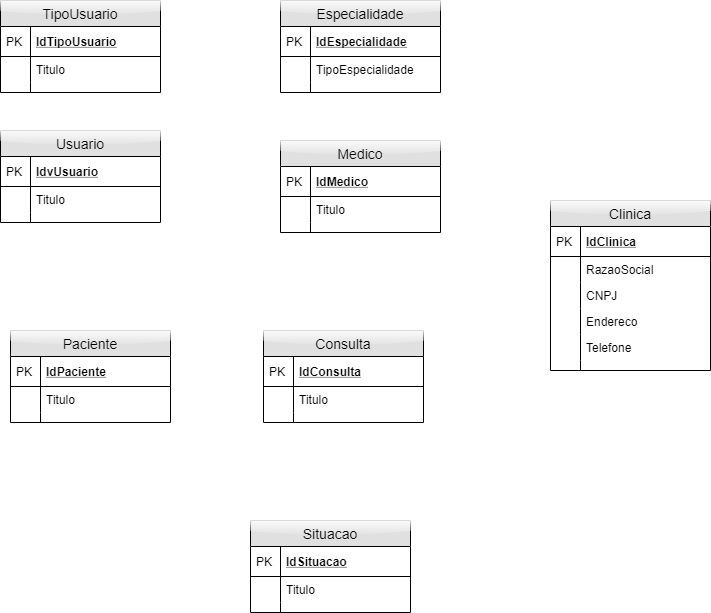
Earlier version of the draw.io export SP Medical Group (Modelagem)-Lógico.png (Eduardo-Do-Prado/Senai_spmedgroup_sprint1_bd_manha_Eduardo_Luiz_Sales_do_Prado). Source tidied: cells renumbered, new cells last; positions are measured from the earlier drawing's top-left corner, leaving out a move shared by most shapes.
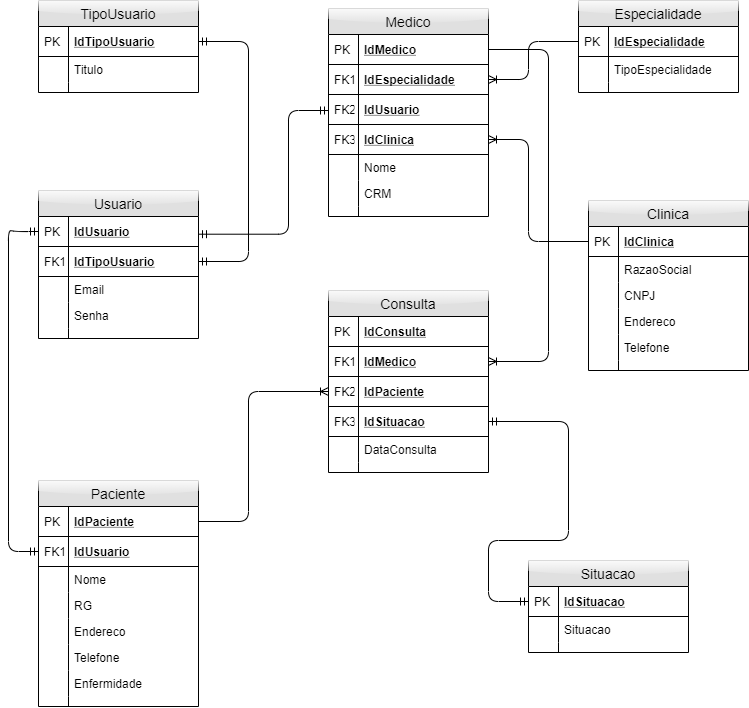
Later version of the same file.

What changed in the source:
```diff
@@ -44,3 +44,3 @@
     <mxCell id="15" value="Situacao" style="swimlane;fontStyle=0;horizontal=1;startSize=26;fillColor=#e0e0e0;swimlaneFillColor=#ffffff;align=center;fontSize=14;glass=1;" parent="1" vertex="1">
-      <mxGeometry x="250" y="520" width="160" height="92" as="geometry" />
+      <mxGeometry x="490" y="560" width="160" height="92" as="geometry" />
     </mxCell>
@@ -52,3 +52,3 @@
     </mxCell>
-    <mxCell id="18" value="Titulo" style="shape=partialRectangle;top=0;left=0;right=0;bottom=0;align=left;verticalAlign=top;fillColor=none;spacingLeft=34;spacingRight=4;overflow=hidden;fontSize=12;" parent="15" vertex="1">
+    <mxCell id="18" value="Situacao" style="shape=partialRectangle;top=0;left=0;right=0;bottom=0;align=left;verticalAlign=top;fillColor=none;spacingLeft=34;spacingRight=4;overflow=hidden;fontSize=12;" parent="15" vertex="1">
       <mxGeometry y="56" width="160" height="26" as="geometry" />
@@ -86,3 +86,3 @@
     <mxCell id="29" value="Especialidade" style="swimlane;fontStyle=0;horizontal=1;startSize=26;fillColor=#e0e0e0;swimlaneFillColor=#ffffff;align=center;fontSize=14;glass=1;" parent="1" vertex="1">
-      <mxGeometry x="280" width="160" height="92" as="geometry" />
+      <mxGeometry x="540" width="160" height="92" as="geometry" />
     </mxCell>
@@ -107,5 +107,5 @@
     <mxCell id="36" value="Usuario" style="swimlane;fontStyle=0;horizontal=1;startSize=26;fillColor=#e0e0e0;swimlaneFillColor=#ffffff;align=center;fontSize=14;glass=1;" parent="1" vertex="1">
-      <mxGeometry y="130" width="160" height="92" as="geometry" />
+      <mxGeometry y="190" width="160" height="148" as="geometry" />
     </mxCell>
-    <mxCell id="37" value="IdvUsuario" style="shape=partialRectangle;top=0;left=0;right=0;bottom=1;align=left;verticalAlign=middle;fillColor=none;spacingLeft=34;spacingRight=4;overflow=hidden;points=[[0,0.5],[1,0.5]];portConstraint=eastwest;fontStyle=5;fontSize=12;" parent="36" vertex="1">
+    <mxCell id="37" value="IdUsuario" style="shape=partialRectangle;top=0;left=0;right=0;bottom=1;align=left;verticalAlign=middle;fillColor=none;spacingLeft=34;spacingRight=4;overflow=hidden;points=[[0,0.5],[1,0.5]];portConstraint=eastwest;fontStyle=5;fontSize=12;" parent="36" vertex="1">
       <mxGeometry y="26" width="160" height="30" as="geometry" />
@@ -115,10 +115,31 @@
     </mxCell>
-    <mxCell id="39" value="Titulo" style="shape=partialRectangle;top=0;left=0;right=0;bottom=0;align=left;verticalAlign=top;fillColor=none;spacingLeft=34;spacingRight=4;overflow=hidden;fontSize=12;" parent="36" vertex="1">
-      <mxGeometry y="56" width="160" height="26" as="geometry" />
-    </mxCell>
-    <mxCell id="40" style="shape=partialRectangle;top=0;left=0;bottom=0;fillColor=none;align=left;verticalAlign=top;spacingLeft=4;spacingRight=4;overflow=hidden;fontSize=12;" parent="39" vertex="1">
-      <mxGeometry width="30" height="26" as="geometry" />
-    </mxCell>
+    <mxCell id="64" style="edgeStyle=orthogonalEdgeStyle;fontSize=12;html=1;endArrow=ERmandOne;startArrow=ERmandOne;" parent="36" edge="1" source="89">
+      <mxGeometry relative="1" as="geometry">
+        <mxPoint x="160" y="43.7" as="targetPoint" />
+        <Array as="points">
+          <mxPoint x="250" y="-80" />
+          <mxPoint x="250" y="44" />
+        </Array>
+      </mxGeometry>
+    </mxCell>
+    <mxCell id="65" value="IdTipoUsuario" style="shape=partialRectangle;top=0;left=0;right=0;bottom=1;align=left;verticalAlign=middle;fillColor=none;spacingLeft=34;spacingRight=4;overflow=hidden;points=[[0,0.5],[1,0.5]];portConstraint=eastwest;fontStyle=5;fontSize=12;" parent="36" vertex="1">
+      <mxGeometry y="56" width="160" height="30" as="geometry" />
+    </mxCell>
+    <mxCell id="66" value="FK1" style="shape=partialRectangle;top=0;left=0;bottom=0;fillColor=none;align=left;verticalAlign=middle;spacingLeft=4;spacingRight=4;overflow=hidden;fontSize=12;" parent="65" vertex="1">
+      <mxGeometry width="30" height="30" as="geometry" />
+    </mxCell>
+    <mxCell id="67" value="Email" style="shape=partialRectangle;top=0;left=0;right=0;bottom=0;align=left;verticalAlign=top;fillColor=none;spacingLeft=34;spacingRight=4;overflow=hidden;fontSize=12;" parent="36" vertex="1">
+      <mxGeometry y="86" width="160" height="26" as="geometry" />
+    </mxCell>
+    <mxCell id="68" style="shape=partialRectangle;top=0;left=0;bottom=0;fillColor=none;align=left;verticalAlign=top;spacingLeft=4;spacingRight=4;overflow=hidden;fontSize=12;" parent="67" vertex="1">
+      <mxGeometry width="30" height="26" as="geometry" />
+    </mxCell>
+    <mxCell id="69" value="Senha" style="shape=partialRectangle;top=0;left=0;right=0;bottom=0;align=left;verticalAlign=top;fillColor=none;spacingLeft=34;spacingRight=4;overflow=hidden;fontSize=12;" parent="36" vertex="1">
+      <mxGeometry y="112" width="160" height="26" as="geometry" />
+    </mxCell>
+    <mxCell id="70" style="shape=partialRectangle;top=0;left=0;bottom=0;fillColor=none;align=left;verticalAlign=top;spacingLeft=4;spacingRight=4;overflow=hidden;fontSize=12;" parent="69" vertex="1">
+      <mxGeometry width="30" height="26" as="geometry" />
+    </mxCell>
     <mxCell id="41" style="shape=partialRectangle;top=0;left=0;right=0;bottom=0;align=left;verticalAlign=top;fillColor=none;spacingLeft=34;spacingRight=4;overflow=hidden;fontSize=12;" parent="36" vertex="1">
-      <mxGeometry y="82" width="160" height="10" as="geometry" />
+      <mxGeometry y="138" width="160" height="10" as="geometry" />
     </mxCell>
@@ -128,3 +149,3 @@
     <mxCell id="43" value="Paciente" style="swimlane;fontStyle=0;horizontal=1;startSize=26;fillColor=#e0e0e0;swimlaneFillColor=#ffffff;align=center;fontSize=14;glass=1;" parent="1" vertex="1">
-      <mxGeometry x="10" y="330" width="160" height="92" as="geometry" />
+      <mxGeometry y="480" width="160" height="226" as="geometry" />
     </mxCell>
@@ -136,4 +157,34 @@
     </mxCell>
+    <mxCell id="71" value="IdUsuario" style="shape=partialRectangle;top=0;left=0;right=0;bottom=1;align=left;verticalAlign=middle;fillColor=none;spacingLeft=34;spacingRight=4;overflow=hidden;points=[[0,0.5],[1,0.5]];portConstraint=eastwest;fontStyle=5;fontSize=12;" parent="43" vertex="1">
+      <mxGeometry y="56" width="160" height="30" as="geometry" />
+    </mxCell>
+    <mxCell id="72" value="FK1" style="shape=partialRectangle;top=0;left=0;bottom=0;fillColor=none;align=left;verticalAlign=middle;spacingLeft=4;spacingRight=4;overflow=hidden;fontSize=12;" parent="71" vertex="1">
+      <mxGeometry width="30" height="30" as="geometry" />
+    </mxCell>
+    <mxCell id="73" value="Nome" style="shape=partialRectangle;top=0;left=0;right=0;bottom=0;align=left;verticalAlign=top;fillColor=none;spacingLeft=34;spacingRight=4;overflow=hidden;fontSize=12;" parent="43" vertex="1">
+      <mxGeometry y="86" width="160" height="26" as="geometry" />
+    </mxCell>
+    <mxCell id="74" style="shape=partialRectangle;top=0;left=0;bottom=0;fillColor=none;align=left;verticalAlign=top;spacingLeft=4;spacingRight=4;overflow=hidden;fontSize=12;" parent="73" vertex="1">
+      <mxGeometry width="30" height="26" as="geometry" />
+    </mxCell>
+    <mxCell id="75" value="RG" style="shape=partialRectangle;top=0;left=0;right=0;bottom=0;align=left;verticalAlign=top;fillColor=none;spacingLeft=34;spacingRight=4;overflow=hidden;fontSize=12;" parent="43" vertex="1">
+      <mxGeometry y="112" width="160" height="26" as="geometry" />
+    </mxCell>
+    <mxCell id="76" style="shape=partialRectangle;top=0;left=0;bottom=0;fillColor=none;align=left;verticalAlign=top;spacingLeft=4;spacingRight=4;overflow=hidden;fontSize=12;" parent="75" vertex="1">
+      <mxGeometry width="30" height="26" as="geometry" />
+    </mxCell>
+    <mxCell id="77" value="Endereco" style="shape=partialRectangle;top=0;left=0;right=0;bottom=0;align=left;verticalAlign=top;fillColor=none;spacingLeft=34;spacingRight=4;overflow=hidden;fontSize=12;" parent="43" vertex="1">
+      <mxGeometry y="138" width="160" height="26" as="geometry" />
+    </mxCell>
+    <mxCell id="78" style="shape=partialRectangle;top=0;left=0;bottom=0;fillColor=none;align=left;verticalAlign=top;spacingLeft=4;spacingRight=4;overflow=hidden;fontSize=12;" parent="77" vertex="1">
+      <mxGeometry width="30" height="26" as="geometry" />
+    </mxCell>
+    <mxCell id="79" value="Telefone" style="shape=partialRectangle;top=0;left=0;right=0;bottom=0;align=left;verticalAlign=top;fillColor=none;spacingLeft=34;spacingRight=4;overflow=hidden;fontSize=12;" parent="43" vertex="1">
+      <mxGeometry y="164" width="160" height="26" as="geometry" />
+    </mxCell>
+    <mxCell id="80" style="shape=partialRectangle;top=0;left=0;bottom=0;fillColor=none;align=left;verticalAlign=top;spacingLeft=4;spacingRight=4;overflow=hidden;fontSize=12;" parent="79" vertex="1">
+      <mxGeometry width="30" height="26" as="geometry" />
+    </mxCell>
-    <mxCell id="46" value="Titulo" style="shape=partialRectangle;top=0;left=0;right=0;bottom=0;align=left;verticalAlign=top;fillColor=none;spacingLeft=34;spacingRight=4;overflow=hidden;fontSize=12;" parent="43" vertex="1">
-      <mxGeometry y="56" width="160" height="26" as="geometry" />
+    <mxCell id="46" value="Enfermidade" style="shape=partialRectangle;top=0;left=0;right=0;bottom=0;align=left;verticalAlign=top;fillColor=none;spacingLeft=34;spacingRight=4;overflow=hidden;fontSize=12;" parent="43" vertex="1">
+      <mxGeometry y="190" width="160" height="26" as="geometry" />
     </mxCell>
@@ -143,3 +194,3 @@
     <mxCell id="48" style="shape=partialRectangle;top=0;left=0;right=0;bottom=0;align=left;verticalAlign=top;fillColor=none;spacingLeft=34;spacingRight=4;overflow=hidden;fontSize=12;" parent="43" vertex="1">
-      <mxGeometry y="82" width="160" height="10" as="geometry" />
+      <mxGeometry y="216" width="160" height="10" as="geometry" />
     </mxCell>
@@ -149,3 +200,3 @@
     <mxCell id="50" value="Consulta" style="swimlane;fontStyle=0;horizontal=1;startSize=26;fillColor=#e0e0e0;swimlaneFillColor=#ffffff;align=center;fontSize=14;glass=1;" parent="1" vertex="1">
-      <mxGeometry x="263" y="330" width="160" height="92" as="geometry" />
+      <mxGeometry x="290" y="290" width="160" height="182" as="geometry" />
     </mxCell>
@@ -157,4 +208,22 @@
     </mxCell>
+    <mxCell id="81" value="IdMedico" style="shape=partialRectangle;top=0;left=0;right=0;bottom=1;align=left;verticalAlign=middle;fillColor=none;spacingLeft=34;spacingRight=4;overflow=hidden;points=[[0,0.5],[1,0.5]];portConstraint=eastwest;fontStyle=5;fontSize=12;" parent="50" vertex="1">
+      <mxGeometry y="56" width="160" height="30" as="geometry" />
+    </mxCell>
+    <mxCell id="82" value="FK1" style="shape=partialRectangle;top=0;left=0;bottom=0;fillColor=none;align=left;verticalAlign=middle;spacingLeft=4;spacingRight=4;overflow=hidden;fontSize=12;" parent="81" vertex="1">
+      <mxGeometry width="30" height="30" as="geometry" />
+    </mxCell>
+    <mxCell id="83" value="IdPaciente" style="shape=partialRectangle;top=0;left=0;right=0;bottom=1;align=left;verticalAlign=middle;fillColor=none;spacingLeft=34;spacingRight=4;overflow=hidden;points=[[0,0.5],[1,0.5]];portConstraint=eastwest;fontStyle=5;fontSize=12;" parent="50" vertex="1">
+      <mxGeometry y="86" width="160" height="30" as="geometry" />
+    </mxCell>
+    <mxCell id="84" value="FK2" style="shape=partialRectangle;top=0;left=0;bottom=0;fillColor=none;align=left;verticalAlign=middle;spacingLeft=4;spacingRight=4;overflow=hidden;fontSize=12;" parent="83" vertex="1">
+      <mxGeometry width="30" height="30" as="geometry" />
+    </mxCell>
+    <mxCell id="85" value="IdSituacao" style="shape=partialRectangle;top=0;left=0;right=0;bottom=1;align=left;verticalAlign=middle;fillColor=none;spacingLeft=34;spacingRight=4;overflow=hidden;points=[[0,0.5],[1,0.5]];portConstraint=eastwest;fontStyle=5;fontSize=12;" parent="50" vertex="1">
+      <mxGeometry y="116" width="160" height="30" as="geometry" />
+    </mxCell>
+    <mxCell id="86" value="FK3" style="shape=partialRectangle;top=0;left=0;bottom=0;fillColor=none;align=left;verticalAlign=middle;spacingLeft=4;spacingRight=4;overflow=hidden;fontSize=12;" parent="85" vertex="1">
+      <mxGeometry width="30" height="30" as="geometry" />
+    </mxCell>
-    <mxCell id="53" value="Titulo" style="shape=partialRectangle;top=0;left=0;right=0;bottom=0;align=left;verticalAlign=top;fillColor=none;spacingLeft=34;spacingRight=4;overflow=hidden;fontSize=12;" parent="50" vertex="1">
-      <mxGeometry y="56" width="160" height="26" as="geometry" />
+    <mxCell id="53" value="DataConsulta" style="shape=partialRectangle;top=0;left=0;right=0;bottom=0;align=left;verticalAlign=top;fillColor=none;spacingLeft=34;spacingRight=4;overflow=hidden;fontSize=12;" parent="50" vertex="1">
+      <mxGeometry y="146" width="160" height="26" as="geometry" />
     </mxCell>
@@ -164,3 +233,3 @@
     <mxCell id="55" style="shape=partialRectangle;top=0;left=0;right=0;bottom=0;align=left;verticalAlign=top;fillColor=none;spacingLeft=34;spacingRight=4;overflow=hidden;fontSize=12;" parent="50" vertex="1">
-      <mxGeometry y="82" width="160" height="10" as="geometry" />
+      <mxGeometry y="172" width="160" height="10" as="geometry" />
     </mxCell>
@@ -170,3 +239,3 @@
     <mxCell id="57" value="Medico" style="swimlane;fontStyle=0;horizontal=1;startSize=26;fillColor=#e0e0e0;swimlaneFillColor=#ffffff;align=center;fontSize=14;glass=1;" parent="1" vertex="1">
-      <mxGeometry x="280" y="140" width="160" height="92" as="geometry" />
+      <mxGeometry x="290" y="8" width="160" height="208" as="geometry" />
     </mxCell>
@@ -178,4 +247,28 @@
     </mxCell>
+    <mxCell id="87" value="IdEspecialidade" style="shape=partialRectangle;top=0;left=0;right=0;bottom=1;align=left;verticalAlign=middle;fillColor=none;spacingLeft=34;spacingRight=4;overflow=hidden;points=[[0,0.5],[1,0.5]];portConstraint=eastwest;fontStyle=5;fontSize=12;" parent="57" vertex="1">
+      <mxGeometry y="56" width="160" height="30" as="geometry" />
+    </mxCell>
+    <mxCell id="88" value="FK1" style="shape=partialRectangle;top=0;left=0;bottom=0;fillColor=none;align=left;verticalAlign=middle;spacingLeft=4;spacingRight=4;overflow=hidden;fontSize=12;" parent="87" vertex="1">
+      <mxGeometry width="30" height="30" as="geometry" />
+    </mxCell>
+    <mxCell id="89" value="IdUsuario" style="shape=partialRectangle;top=0;left=0;right=0;bottom=1;align=left;verticalAlign=middle;fillColor=none;spacingLeft=34;spacingRight=4;overflow=hidden;points=[[0,0.5],[1,0.5]];portConstraint=eastwest;fontStyle=5;fontSize=12;" parent="57" vertex="1">
+      <mxGeometry y="86" width="160" height="30" as="geometry" />
+    </mxCell>
+    <mxCell id="90" value="FK2" style="shape=partialRectangle;top=0;left=0;bottom=0;fillColor=none;align=left;verticalAlign=middle;spacingLeft=4;spacingRight=4;overflow=hidden;fontSize=12;" parent="89" vertex="1">
+      <mxGeometry width="30" height="30" as="geometry" />
+    </mxCell>
+    <mxCell id="91" value="IdClinica" style="shape=partialRectangle;top=0;left=0;right=0;bottom=1;align=left;verticalAlign=middle;fillColor=none;spacingLeft=34;spacingRight=4;overflow=hidden;points=[[0,0.5],[1,0.5]];portConstraint=eastwest;fontStyle=5;fontSize=12;" parent="57" vertex="1">
+      <mxGeometry y="116" width="160" height="30" as="geometry" />
+    </mxCell>
+    <mxCell id="92" value="FK3" style="shape=partialRectangle;top=0;left=0;bottom=0;fillColor=none;align=left;verticalAlign=middle;spacingLeft=4;spacingRight=4;overflow=hidden;fontSize=12;" parent="91" vertex="1">
+      <mxGeometry width="30" height="30" as="geometry" />
+    </mxCell>
+    <mxCell id="93" value="Nome" style="shape=partialRectangle;top=0;left=0;right=0;bottom=0;align=left;verticalAlign=top;fillColor=none;spacingLeft=34;spacingRight=4;overflow=hidden;fontSize=12;" parent="57" vertex="1">
+      <mxGeometry y="146" width="160" height="26" as="geometry" />
+    </mxCell>
+    <mxCell id="94" style="shape=partialRectangle;top=0;left=0;bottom=0;fillColor=none;align=left;verticalAlign=top;spacingLeft=4;spacingRight=4;overflow=hidden;fontSize=12;" parent="93" vertex="1">
+      <mxGeometry width="30" height="26" as="geometry" />
+    </mxCell>
-    <mxCell id="60" value="Titulo" style="shape=partialRectangle;top=0;left=0;right=0;bottom=0;align=left;verticalAlign=top;fillColor=none;spacingLeft=34;spacingRight=4;overflow=hidden;fontSize=12;" parent="57" vertex="1">
-      <mxGeometry y="56" width="160" height="26" as="geometry" />
+    <mxCell id="60" value="CRM" style="shape=partialRectangle;top=0;left=0;right=0;bottom=0;align=left;verticalAlign=top;fillColor=none;spacingLeft=34;spacingRight=4;overflow=hidden;fontSize=12;" parent="57" vertex="1">
+      <mxGeometry y="172" width="160" height="26" as="geometry" />
     </mxCell>
@@ -185,3 +278,3 @@
     <mxCell id="62" style="shape=partialRectangle;top=0;left=0;right=0;bottom=0;align=left;verticalAlign=top;fillColor=none;spacingLeft=34;spacingRight=4;overflow=hidden;fontSize=12;" parent="57" vertex="1">
-      <mxGeometry y="82" width="160" height="10" as="geometry" />
+      <mxGeometry y="198" width="160" height="10" as="geometry" />
     </mxCell>
@@ -190,2 +283,62 @@
     </mxCell>
+    <mxCell id="95" style="edgeStyle=orthogonalEdgeStyle;fontSize=12;html=1;endArrow=ERoneToMany;entryX=0;entryY=0.5;entryDx=0;entryDy=0;exitX=1;exitY=0.5;exitDx=0;exitDy=0;" parent="1" edge="1" source="44" target="83">
+      <mxGeometry relative="1" as="geometry">
+        <Array as="points">
+          <mxPoint x="210" y="521" />
+          <mxPoint x="210" y="391" />
+        </Array>
+      </mxGeometry>
+    </mxCell>
+    <mxCell id="96" style="edgeStyle=orthogonalEdgeStyle;fontSize=12;html=1;endArrow=ERmandOne;startArrow=ERmandOne;entryX=1;entryY=0.5;entryDx=0;entryDy=0;exitX=1;exitY=0.5;exitDx=0;exitDy=0;" parent="1" edge="1" source="23" target="65">
+      <mxGeometry relative="1" as="geometry">
+        <Array as="points">
+          <mxPoint x="210" y="41" />
+          <mxPoint x="210" y="261" />
+        </Array>
+      </mxGeometry>
+    </mxCell>
+    <mxCell id="97" style="edgeStyle=orthogonalEdgeStyle;fontSize=12;html=1;endArrow=ERmandOne;startArrow=ERmandOne;exitX=0;exitY=0.5;exitDx=0;exitDy=0;entryX=0;entryY=0.5;entryDx=0;entryDy=0;" parent="1" edge="1" source="37" target="71">
+      <mxGeometry relative="1" as="geometry">
+        <Array as="points">
+          <mxPoint x="-20" y="231" />
+          <mxPoint x="-20" y="230" />
+          <mxPoint x="-30" y="230" />
+          <mxPoint x="-30" y="551" />
+        </Array>
+      </mxGeometry>
+    </mxCell>
+    <mxCell id="98" style="edgeStyle=orthogonalEdgeStyle;fontSize=12;html=1;endArrow=ERmandOne;startArrow=ERmandOne;exitX=0;exitY=0.5;exitDx=0;exitDy=0;entryX=1;entryY=0.5;entryDx=0;entryDy=0;" parent="1" edge="1" source="16" target="85">
+      <mxGeometry relative="1" as="geometry">
+        <Array as="points">
+          <mxPoint x="450" y="601" />
+          <mxPoint x="450" y="540" />
+          <mxPoint x="530" y="540" />
+          <mxPoint x="530" y="421" />
+        </Array>
+      </mxGeometry>
+    </mxCell>
+    <mxCell id="99" style="edgeStyle=orthogonalEdgeStyle;fontSize=12;html=1;endArrow=ERoneToMany;exitX=0;exitY=0.5;exitDx=0;exitDy=0;" parent="1" edge="1" source="3" target="91">
+      <mxGeometry relative="1" as="geometry">
+        <Array as="points">
+          <mxPoint x="490" y="241" />
+          <mxPoint x="490" y="139" />
+        </Array>
+      </mxGeometry>
+    </mxCell>
+    <mxCell id="100" style="edgeStyle=orthogonalEdgeStyle;fontSize=12;html=1;endArrow=ERoneToMany;exitX=0;exitY=0.5;exitDx=0;exitDy=0;entryX=1;entryY=0.5;entryDx=0;entryDy=0;" parent="1" edge="1" source="30" target="87">
+      <mxGeometry relative="1" as="geometry">
+        <Array as="points">
+          <mxPoint x="490" y="41" />
+          <mxPoint x="490" y="79" />
+        </Array>
+      </mxGeometry>
+    </mxCell>
+    <mxCell id="101" style="edgeStyle=orthogonalEdgeStyle;fontSize=12;html=1;endArrow=ERoneToMany;exitX=1;exitY=0.5;exitDx=0;exitDy=0;" parent="1" edge="1" source="58" target="81">
+      <mxGeometry relative="1" as="geometry">
+        <Array as="points">
+          <mxPoint x="510" y="49" />
+          <mxPoint x="510" y="361" />
+        </Array>
+      </mxGeometry>
+    </mxCell>
   </root>
```
